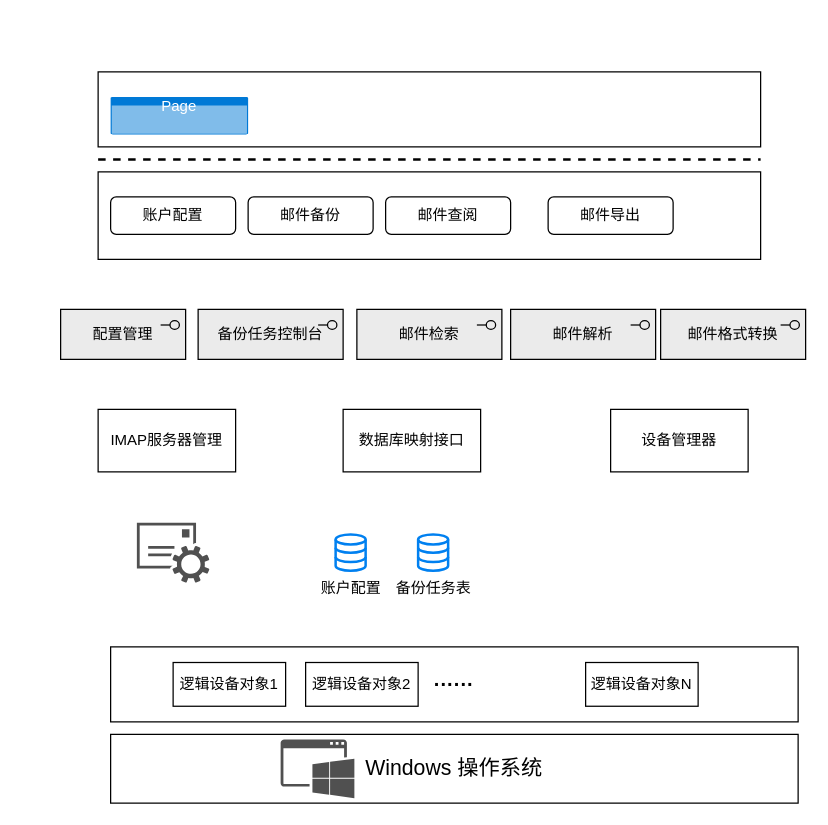
Above: page "第 2 页" (2 of 2) of 第三章关键问题.drawio in GreenTee-color/Documents (draw.io), before the change. Source tidied: cells renumbered, new cells numbered last; positions are measured from the earlier drawing's top-left corner, leaving out a move shared by most shapes. Both pictures are drawn from the tidied source at 125%, with x=0, y=0 at pixel (60, 71).
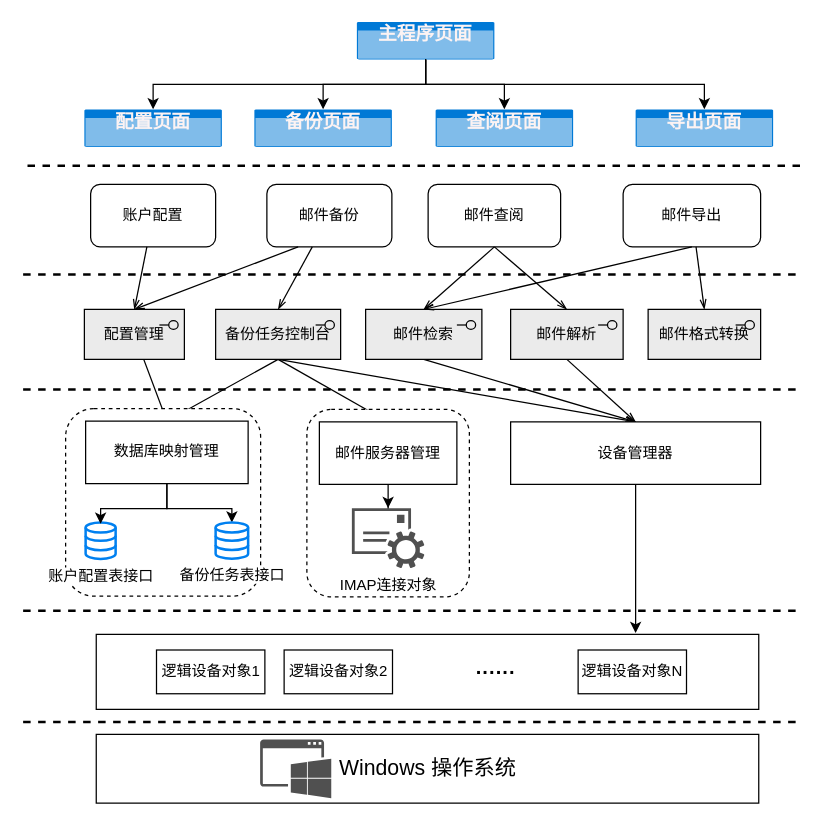
After the change.

Commit message (it also covers changes not shown here):
更新第三章关键问题.drawio

The edit, as a diff of the source:
```diff
@@
-    <mxCell id="2" style="rounded=0;whiteSpace=wrap;html=1;" parent="1" vertex="1">
-      <mxGeometry x="30" width="530" height="60" as="geometry" />
-    </mxCell>
-    <mxCell id="3" value="Page" style="html=1;whiteSpace=wrap;strokeColor=none;fillColor=#0079D6;labelPosition=center;verticalLabelPosition=middle;verticalAlign=top;align=center;fontSize=12;outlineConnect=0;spacingTop=-6;fontColor=#FFFFFF;sketch=0;shape=mxgraph.sitemap.page;" parent="1" vertex="1">
-      <mxGeometry x="40" y="20" width="110" height="30" as="geometry" />
+    <mxCell id="3" value="主程序页面" style="html=1;whiteSpace=wrap;strokeColor=none;fillColor=#0079D6;labelPosition=center;verticalLabelPosition=middle;verticalAlign=top;align=center;fontSize=15;outlineConnect=0;spacingTop=-6;fontColor=#FCF3F3;sketch=0;shape=mxgraph.sitemap.page;fontStyle=1;" parent="1" vertex="1">
+      <mxGeometry x="237" y="-40" width="110" height="30" as="geometry" />
     </mxCell>
     <mxCell id="4" style="endArrow=none;dashed=1;html=1;rounded=0;strokeColor=default;strokeWidth=2;" parent="1" edge="1">
       <mxGeometry relative="1" as="geometry">
-        <mxPoint x="30" y="70" as="sourcePoint" />
-        <mxPoint x="560" y="70" as="targetPoint" />
+        <mxPoint x="-26.5" y="75" as="sourcePoint" />
+        <mxPoint x="593.5" y="75" as="targetPoint" />
       </mxGeometry>
     </mxCell>
-    <mxCell id="5" style="rounded=0;whiteSpace=wrap;html=1;" parent="1" vertex="1">
-      <mxGeometry x="30" y="80" width="530" height="70" as="geometry" />
-    </mxCell>
     <mxCell id="6" value="账户配置" style="rounded=1;whiteSpace=wrap;html=1;" parent="1" vertex="1">
-      <mxGeometry x="40" y="100" width="100" height="30" as="geometry" />
+      <mxGeometry x="24" y="90" width="100" height="50" as="geometry" />
     </mxCell>
     <mxCell id="7" value="邮件备份" style="rounded=1;whiteSpace=wrap;html=1;" parent="1" vertex="1">
-      <mxGeometry x="150" y="100" width="100" height="30" as="geometry" />
+      <mxGeometry x="165" y="90" width="100" height="50" as="geometry" />
     </mxCell>
     <mxCell id="8" value="邮件查阅" style="rounded=1;whiteSpace=wrap;html=1;" parent="1" vertex="1">
-      <mxGeometry x="260" y="100" width="100" height="30" as="geometry" />
+      <mxGeometry x="294" y="90" width="106" height="50" as="geometry" />
     </mxCell>
     <mxCell id="9" value="邮件导出" style="rounded=1;whiteSpace=wrap;html=1;" parent="1" vertex="1">
-      <mxGeometry x="390" y="100" width="100" height="30" as="geometry" />
+      <mxGeometry x="450" y="90" width="110" height="50" as="geometry" />
     </mxCell>
+    <mxCell id="28" style="rounded=0;jettySize=auto;html=1;entryX=0.5;entryY=0;entryDx=0;entryDy=0;endArrow=openThin;endFill=0;" parent="1" edge="1" source="10" target="17">
+      <mxGeometry relative="1" as="geometry" />
+    </mxCell>
     <mxCell id="10" value="配置管理" style="html=1;outlineConnect=0;whiteSpace=wrap;fillColor=#EBEBEB;shape=mxgraph.archimate3.application;appType=interface;archiType=square;" parent="1" vertex="1">
-      <mxGeometry y="190" width="100" height="40" as="geometry" />
+      <mxGeometry x="19" y="190" width="80" height="40" as="geometry" />
     </mxCell>
+    <mxCell id="29" style="rounded=0;jettySize=auto;html=1;entryX=0.5;entryY=0;entryDx=0;entryDy=0;exitX=0.5;exitY=1;exitDx=0;exitDy=0;exitPerimeter=0;endArrow=openThin;endFill=0;" parent="1" edge="1" source="11" target="17">
+      <mxGeometry relative="1" as="geometry" />
+    </mxCell>
+    <mxCell id="30" style="rounded=0;jettySize=auto;html=1;entryX=0.5;entryY=0;entryDx=0;entryDy=0;exitX=0.5;exitY=1;exitDx=0;exitDy=0;exitPerimeter=0;endArrow=openThin;endFill=0;" parent="1" edge="1" source="11" target="16">
+      <mxGeometry relative="1" as="geometry" />
+    </mxCell>
+    <mxCell id="31" style="rounded=0;jettySize=auto;html=1;entryX=0.5;entryY=0;entryDx=0;entryDy=0;exitX=0.5;exitY=1;exitDx=0;exitDy=0;exitPerimeter=0;endArrow=openThin;endFill=0;" parent="1" edge="1" source="11" target="15">
+      <mxGeometry relative="1" as="geometry" />
+    </mxCell>
     <mxCell id="11" value="备份任务控制台" style="html=1;outlineConnect=0;whiteSpace=wrap;fillColor=#EBEBEB;shape=mxgraph.archimate3.application;appType=interface;archiType=square;" parent="1" vertex="1">
-      <mxGeometry x="110" y="190" width="116" height="40" as="geometry" />
+      <mxGeometry x="124" y="190" width="100" height="40" as="geometry" />
     </mxCell>
+    <mxCell id="32" style="rounded=0;jettySize=auto;html=1;entryX=0.5;entryY=0;entryDx=0;entryDy=0;exitX=0.5;exitY=1;exitDx=0;exitDy=0;exitPerimeter=0;endArrow=openThin;endFill=0;" parent="1" edge="1" source="12" target="16">
+      <mxGeometry relative="1" as="geometry" />
+    </mxCell>
     <mxCell id="12" value="邮件检索" style="html=1;outlineConnect=0;whiteSpace=wrap;fillColor=#EBEBEB;shape=mxgraph.archimate3.application;appType=interface;archiType=square;" parent="1" vertex="1">
-      <mxGeometry x="237" y="190" width="116" height="40" as="geometry" />
+      <mxGeometry x="244" y="190" width="93" height="40" as="geometry" />
     </mxCell>
+    <mxCell id="33" style="rounded=0;jettySize=auto;html=1;entryX=0.5;entryY=0;entryDx=0;entryDy=0;exitX=0.5;exitY=1;exitDx=0;exitDy=0;exitPerimeter=0;endArrow=openThin;endFill=0;" parent="1" edge="1" source="13" target="16">
+      <mxGeometry relative="1" as="geometry" />
+    </mxCell>
     <mxCell id="13" value="邮件解析" style="html=1;outlineConnect=0;whiteSpace=wrap;fillColor=#EBEBEB;shape=mxgraph.archimate3.application;appType=interface;archiType=square;" parent="1" vertex="1">
-      <mxGeometry x="360" y="190" width="116" height="40" as="geometry" />
+      <mxGeometry x="360" y="190" width="90" height="40" as="geometry" />
     </mxCell>
     <mxCell id="14" value="邮件格式转换" style="html=1;outlineConnect=0;whiteSpace=wrap;fillColor=#EBEBEB;shape=mxgraph.archimate3.application;appType=interface;archiType=square;" parent="1" vertex="1">
-      <mxGeometry x="480" y="190" width="116" height="40" as="geometry" />
+      <mxGeometry x="470" y="190" width="90" height="40" as="geometry" />
     </mxCell>
-    <mxCell id="15" value="&lt;span&gt;IMAP服务器管理&lt;/span&gt;" style="html=1;whiteSpace=wrap;fontStyle=0;" parent="1" vertex="1">
-      <mxGeometry x="30" y="270" width="110" height="50" as="geometry" />
-    </mxCell>
     <mxCell id="16" value="&lt;span&gt;设备管理器&lt;/span&gt;" style="html=1;whiteSpace=wrap;fontStyle=0;" parent="1" vertex="1">
-      <mxGeometry x="440" y="270" width="110" height="50" as="geometry" />
+      <mxGeometry x="360" y="280" width="200" height="50" as="geometry" />
     </mxCell>
-    <mxCell id="17" value="&lt;span&gt;数据库映射接口&lt;/span&gt;" style="html=1;whiteSpace=wrap;fontStyle=0;" parent="1" vertex="1">
-      <mxGeometry x="226" y="270" width="110" height="50" as="geometry" />
-    </mxCell>
-    <mxCell id="18" value="账户配置" style="html=1;verticalLabelPosition=bottom;align=center;labelBackgroundColor=#ffffff;verticalAlign=top;strokeWidth=2;strokeColor=#0080F0;shadow=0;dashed=0;shape=mxgraph.ios7.icons.data;" parent="1" vertex="1">
-      <mxGeometry x="220" y="370" width="24" height="29.1" as="geometry" />
-    </mxCell>
-    <mxCell id="19" value="备份任务表" style="html=1;verticalLabelPosition=bottom;align=center;labelBackgroundColor=#ffffff;verticalAlign=top;strokeWidth=2;strokeColor=#0080F0;shadow=0;dashed=0;shape=mxgraph.ios7.icons.data;" parent="1" vertex="1">
-      <mxGeometry x="286" y="370" width="24" height="29.1" as="geometry" />
-    </mxCell>
-    <mxCell id="20" style="sketch=0;shadow=0;dashed=0;html=1;strokeColor=none;fillColor=#505050;labelPosition=center;verticalLabelPosition=bottom;verticalAlign=top;outlineConnect=0;align=center;shape=mxgraph.office.services.email_service;" parent="1" vertex="1">
-      <mxGeometry x="61" y="360.6" width="58" height="48" as="geometry" />
-    </mxCell>
     <mxCell id="21" style="group;" parent="1" vertex="1">
-      <mxGeometry x="40" y="530" width="550" height="55" as="geometry" />
+      <mxGeometry x="28.5" y="530" width="530" height="55" as="geometry" />
     </mxCell>
     <mxCell id="22" value="Windows 操作系统" style="rounded=0;whiteSpace=wrap;html=1;fontSize=17;" parent="21" vertex="1">
-      <mxGeometry width="550" height="55" as="geometry" />
+      <mxGeometry width="530" height="55" as="geometry" />
     </mxCell>
     <mxCell id="23" style="sketch=0;shadow=0;dashed=0;html=1;strokeColor=none;fillColor=#505050;labelPosition=center;verticalLabelPosition=bottom;verticalAlign=top;align=center;shape=mxgraph.office.concepts.application_windows;" parent="21" vertex="1">
-      <mxGeometry x="136" y="4" width="59" height="47" as="geometry" />
+      <mxGeometry x="131.1" y="4" width="56.9" height="47" as="geometry" />
     </mxCell>
+    <mxCell id="34" style="group;" parent="1" vertex="1">
+      <mxGeometry x="28.5" y="450" width="530" height="60" as="geometry" />
+    </mxCell>
-    <mxCell id="24" value="&lt;b&gt;······&lt;/b&gt;" style="rounded=0;whiteSpace=wrap;html=1;fontSize=16;" parent="1" vertex="1">
-      <mxGeometry x="40" y="460" width="550" height="60" as="geometry" />
+    <mxCell id="24" style="rounded=0;whiteSpace=wrap;html=1;fontSize=16;" parent="34" vertex="1">
+      <mxGeometry width="530" height="60" as="geometry" />
     </mxCell>
-    <mxCell id="25" value="逻辑设备对象1" style="rounded=0;whiteSpace=wrap;html=1;" parent="1" vertex="1">
-      <mxGeometry x="90" y="472.5" width="90" height="35" as="geometry" />
+    <mxCell id="25" value="逻辑设备对象1" style="rounded=0;whiteSpace=wrap;html=1;" parent="34" vertex="1">
+      <mxGeometry x="48.2" y="12.5" width="86.7" height="35" as="geometry" />
     </mxCell>
-    <mxCell id="26" value="逻辑设备对象2" style="rounded=0;whiteSpace=wrap;html=1;" parent="1" vertex="1">
-      <mxGeometry x="196" y="472.5" width="90" height="35" as="geometry" />
+    <mxCell id="26" value="逻辑设备对象2" style="rounded=0;whiteSpace=wrap;html=1;" parent="34" vertex="1">
+      <mxGeometry x="150.3" y="12.5" width="86.7" height="35" as="geometry" />
     </mxCell>
-    <mxCell id="27" value="逻辑设备对象N" style="rounded=0;whiteSpace=wrap;html=1;" parent="1" vertex="1">
-      <mxGeometry x="420" y="472.5" width="90" height="35" as="geometry" />
+    <mxCell id="27" value="逻辑设备对象N" style="rounded=0;whiteSpace=wrap;html=1;" parent="34" vertex="1">
+      <mxGeometry x="385.5" y="12.5" width="86.7" height="35" as="geometry" />
     </mxCell>
+    <mxCell id="35" value="&lt;b style=&quot;font-size: 16px; text-wrap: wrap;&quot;&gt;······&lt;/b&gt;" style="text;html=1;align=center;verticalAlign=middle;strokeColor=none;fillColor=none;" parent="34" vertex="1">
+      <mxGeometry x="289.1" y="15" width="60" height="30" as="geometry" />
+    </mxCell>
+    <mxCell id="36" value="配置页面" style="html=1;whiteSpace=wrap;strokeColor=none;fillColor=#0079D6;labelPosition=center;verticalLabelPosition=middle;verticalAlign=top;align=center;fontSize=15;outlineConnect=0;spacingTop=-6;fontColor=#FCF3F3;sketch=0;shape=mxgraph.sitemap.page;fontStyle=1;" parent="1" vertex="1">
+      <mxGeometry x="19" y="30" width="110" height="30" as="geometry" />
+    </mxCell>
+    <mxCell id="37" value="备份页面" style="html=1;whiteSpace=wrap;strokeColor=none;fillColor=#0079D6;labelPosition=center;verticalLabelPosition=middle;verticalAlign=top;align=center;fontSize=15;outlineConnect=0;spacingTop=-6;fontColor=#FCF3F3;sketch=0;shape=mxgraph.sitemap.page;fontStyle=1;" parent="1" vertex="1">
+      <mxGeometry x="155" y="30" width="110" height="30" as="geometry" />
+    </mxCell>
+    <mxCell id="38" value="查阅页面" style="html=1;whiteSpace=wrap;strokeColor=none;fillColor=#0079D6;labelPosition=center;verticalLabelPosition=middle;verticalAlign=top;align=center;fontSize=15;outlineConnect=0;spacingTop=-6;fontColor=#FCF3F3;sketch=0;shape=mxgraph.sitemap.page;fontStyle=1;" parent="1" vertex="1">
+      <mxGeometry x="300" y="30" width="110" height="30" as="geometry" />
+    </mxCell>
+    <mxCell id="39" value="导出页面" style="html=1;whiteSpace=wrap;strokeColor=none;fillColor=#0079D6;labelPosition=center;verticalLabelPosition=middle;verticalAlign=top;align=center;fontSize=15;outlineConnect=0;spacingTop=-6;fontColor=#FCF3F3;sketch=0;shape=mxgraph.sitemap.page;fontStyle=1;" parent="1" vertex="1">
+      <mxGeometry x="460" y="30" width="110" height="30" as="geometry" />
+    </mxCell>
+    <mxCell id="40" style="edgeStyle=orthogonalEdgeStyle;rounded=0;jettySize=auto;html=1;entryX=0.5;entryY=0;entryDx=0;entryDy=0;entryPerimeter=0;" parent="1" edge="1" source="3" target="36">
+      <mxGeometry relative="1" as="geometry">
+        <Array as="points">
+          <mxPoint x="292" y="10" />
+          <mxPoint x="74" y="10" />
+        </Array>
+      </mxGeometry>
+    </mxCell>
+    <mxCell id="41" style="edgeStyle=orthogonalEdgeStyle;rounded=0;jettySize=auto;html=1;entryX=0.5;entryY=0;entryDx=0;entryDy=0;entryPerimeter=0;" parent="1" edge="1" source="3" target="37">
+      <mxGeometry relative="1" as="geometry">
+        <Array as="points">
+          <mxPoint x="292" y="10" />
+          <mxPoint x="210" y="10" />
+        </Array>
+      </mxGeometry>
+    </mxCell>
+    <mxCell id="42" style="edgeStyle=orthogonalEdgeStyle;rounded=0;jettySize=auto;html=1;entryX=0.5;entryY=0;entryDx=0;entryDy=0;entryPerimeter=0;" parent="1" edge="1" source="3" target="38">
+      <mxGeometry relative="1" as="geometry">
+        <Array as="points">
+          <mxPoint x="292" y="10" />
+          <mxPoint x="355" y="10" />
+        </Array>
+      </mxGeometry>
+    </mxCell>
+    <mxCell id="43" style="rounded=0;jettySize=auto;html=1;entryX=0.5;entryY=0;entryDx=0;entryDy=0;entryPerimeter=0;endArrow=openThin;endFill=0;" parent="1" edge="1" source="6" target="10">
+      <mxGeometry relative="1" as="geometry" />
+    </mxCell>
+    <mxCell id="44" style="group;" parent="1" vertex="1">
+      <mxGeometry x="20" y="279.4" width="150" height="150" as="geometry" />
+    </mxCell>
+    <mxCell id="45" style="rounded=1;whiteSpace=wrap;html=1;dashed=1;" parent="44" vertex="1">
+      <mxGeometry x="-16" y="-10" width="156" height="150" as="geometry" />
+    </mxCell>
+    <mxCell id="46" style="edgeStyle=orthogonalEdgeStyle;rounded=0;jettySize=auto;html=1;" parent="44" edge="1" source="17" target="19">
+      <mxGeometry relative="1" as="geometry" />
+    </mxCell>
+    <mxCell id="17" value="&lt;span&gt;数据库映射管理&lt;/span&gt;" style="html=1;whiteSpace=wrap;fontStyle=0;" parent="44" vertex="1">
+      <mxGeometry width="130" height="50" as="geometry" />
+    </mxCell>
+    <mxCell id="18" value="账户配置表接口" style="html=1;verticalLabelPosition=bottom;align=center;labelBackgroundColor=#ffffff;verticalAlign=top;strokeWidth=2;strokeColor=#0080F0;shadow=0;dashed=0;shape=mxgraph.ios7.icons.data;" parent="44" vertex="1">
+      <mxGeometry y="81.1" width="24" height="29.1" as="geometry" />
+    </mxCell>
+    <mxCell id="19" value="备份任务表接口" style="html=1;verticalLabelPosition=bottom;align=center;labelBackgroundColor=#ffffff;verticalAlign=top;strokeWidth=2;strokeColor=#0080F0;shadow=0;dashed=0;shape=mxgraph.ios7.icons.data;" parent="44" vertex="1">
+      <mxGeometry x="104" y="81.1" width="26" height="28.9" as="geometry" />
+    </mxCell>
+    <mxCell id="47" style="edgeStyle=orthogonalEdgeStyle;rounded=0;jettySize=auto;html=1;entryX=0.5;entryY=0.036;entryDx=0;entryDy=0;entryPerimeter=0;" parent="44" edge="1" source="17" target="18">
+      <mxGeometry relative="1" as="geometry" />
+    </mxCell>
+    <mxCell id="48" style="group;" parent="1" vertex="1">
+      <mxGeometry x="207" y="280" width="133" height="140" as="geometry" />
+    </mxCell>
+    <mxCell id="49" style="rounded=1;whiteSpace=wrap;html=1;dashed=1;" parent="48" vertex="1">
+      <mxGeometry x="-10" y="-10" width="130" height="150" as="geometry" />
+    </mxCell>
+    <mxCell id="50" style="edgeStyle=orthogonalEdgeStyle;rounded=0;jettySize=auto;html=1;" parent="48" edge="1" source="15" target="20">
+      <mxGeometry relative="1" as="geometry" />
+    </mxCell>
+    <mxCell id="15" value="&lt;span&gt;邮件服务器管理&lt;/span&gt;" style="html=1;whiteSpace=wrap;fontStyle=0;" parent="48" vertex="1">
+      <mxGeometry width="110" height="50" as="geometry" />
+    </mxCell>
+    <mxCell id="20" value="IMAP连接对象" style="sketch=0;shadow=0;dashed=0;html=1;strokeColor=none;fillColor=#505050;labelPosition=center;verticalLabelPosition=bottom;verticalAlign=top;outlineConnect=0;align=center;shape=mxgraph.office.services.email_service;" parent="48" vertex="1">
+      <mxGeometry x="26" y="69" width="58" height="48" as="geometry" />
+    </mxCell>
+    <mxCell id="51" style="rounded=0;jettySize=auto;html=1;entryX=0.5;entryY=0;entryDx=0;entryDy=0;entryPerimeter=0;exitX=0.25;exitY=1;exitDx=0;exitDy=0;endArrow=openThin;endFill=0;" parent="1" edge="1" source="7" target="10">
+      <mxGeometry relative="1" as="geometry" />
+    </mxCell>
+    <mxCell id="52" style="rounded=0;jettySize=auto;html=1;entryX=0.5;entryY=0;entryDx=0;entryDy=0;entryPerimeter=0;endArrow=openThin;endFill=0;" parent="1" edge="1" source="7" target="11">
+      <mxGeometry relative="1" as="geometry" />
+    </mxCell>
+    <mxCell id="53" style="rounded=0;jettySize=auto;html=1;entryX=0.5;entryY=0;entryDx=0;entryDy=0;entryPerimeter=0;exitX=0.5;exitY=1;exitDx=0;exitDy=0;endArrow=openThin;endFill=0;" parent="1" edge="1" source="8" target="12">
+      <mxGeometry relative="1" as="geometry" />
+    </mxCell>
+    <mxCell id="54" style="rounded=0;jettySize=auto;html=1;entryX=0.5;entryY=0;entryDx=0;entryDy=0;entryPerimeter=0;exitX=0.5;exitY=1;exitDx=0;exitDy=0;endArrow=openThin;endFill=0;" parent="1" edge="1" source="8" target="13">
+      <mxGeometry relative="1" as="geometry" />
+    </mxCell>
+    <mxCell id="55" style="rounded=0;jettySize=auto;html=1;entryX=0.5;entryY=0;entryDx=0;entryDy=0;entryPerimeter=0;exitX=0.5;exitY=1;exitDx=0;exitDy=0;endArrow=openThin;endFill=0;" parent="1" edge="1" source="9" target="12">
+      <mxGeometry relative="1" as="geometry" />
+    </mxCell>
+    <mxCell id="56" style="rounded=0;jettySize=auto;html=1;entryX=0.5;entryY=0;entryDx=0;entryDy=0;entryPerimeter=0;endArrow=openThin;endFill=0;" parent="1" edge="1" source="9" target="14">
+      <mxGeometry relative="1" as="geometry" />
+    </mxCell>
+    <mxCell id="57" style="endArrow=none;html=1;rounded=0;strokeColor=default;strokeWidth=2;dashed=1;endFill=0;" parent="1" edge="1">
+      <mxGeometry relative="1" as="geometry">
+        <mxPoint x="-30" y="162" as="sourcePoint" />
+        <mxPoint x="590" y="162" as="targetPoint" />
+      </mxGeometry>
+    </mxCell>
+    <mxCell id="58" style="endArrow=none;html=1;rounded=0;strokeColor=default;strokeWidth=2;dashed=1;" parent="1" edge="1">
+      <mxGeometry relative="1" as="geometry">
+        <mxPoint x="-30" y="254" as="sourcePoint" />
+        <mxPoint x="590" y="254" as="targetPoint" />
+      </mxGeometry>
+    </mxCell>
+    <mxCell id="59" style="endArrow=none;html=1;rounded=0;strokeColor=default;strokeWidth=2;dashed=1;" parent="1" edge="1">
+      <mxGeometry relative="1" as="geometry">
+        <mxPoint x="-30" y="431" as="sourcePoint" />
+        <mxPoint x="590" y="431" as="targetPoint" />
+      </mxGeometry>
+    </mxCell>
+    <mxCell id="60" style="endArrow=none;html=1;rounded=0;strokeColor=default;strokeWidth=2;dashed=1;" parent="1" edge="1">
+      <mxGeometry relative="1" as="geometry">
+        <mxPoint x="-30" y="520" as="sourcePoint" />
+        <mxPoint x="590" y="520" as="targetPoint" />
+      </mxGeometry>
+    </mxCell>
+    <mxCell id="61" style="edgeStyle=orthogonalEdgeStyle;rounded=0;jettySize=auto;html=1;" parent="1" edge="1" source="16">
+      <mxGeometry relative="1" as="geometry">
+        <mxPoint x="460" y="449" as="targetPoint" />
+        <Array as="points">
+          <mxPoint x="460" y="449" />
+        </Array>
+      </mxGeometry>
+    </mxCell>
+    <mxCell id="62" style="edgeStyle=orthogonalEdgeStyle;rounded=0;jettySize=auto;html=1;entryX=0.5;entryY=0;entryDx=0;entryDy=0;entryPerimeter=0;" parent="1" edge="1" source="3" target="39">
+      <mxGeometry relative="1" as="geometry">
+        <Array as="points">
+          <mxPoint x="292" y="10" />
+          <mxPoint x="515" y="10" />
+        </Array>
+      </mxGeometry>
+    </mxCell>
```
